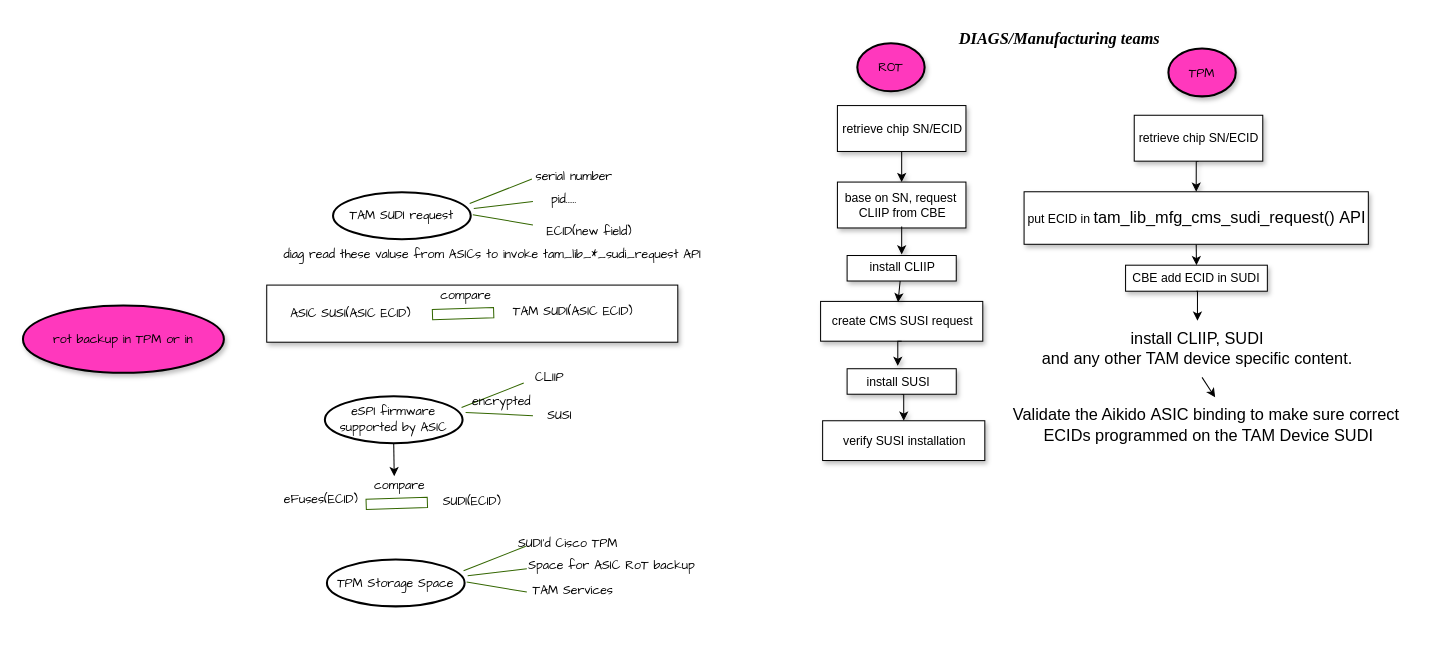
kongzhongfeima/draw_io keeps this draw.io diagram as TPM.drawio. Above is the earlier version. Source tidied: cells renumbered, new cells numbered last; positions are measured from the earlier drawing's top-left corner, leaving out a move shared by most shapes. Both pictures are drawn from the tidied source at 102%, with x=0, y=0 at pixel (22, 21).
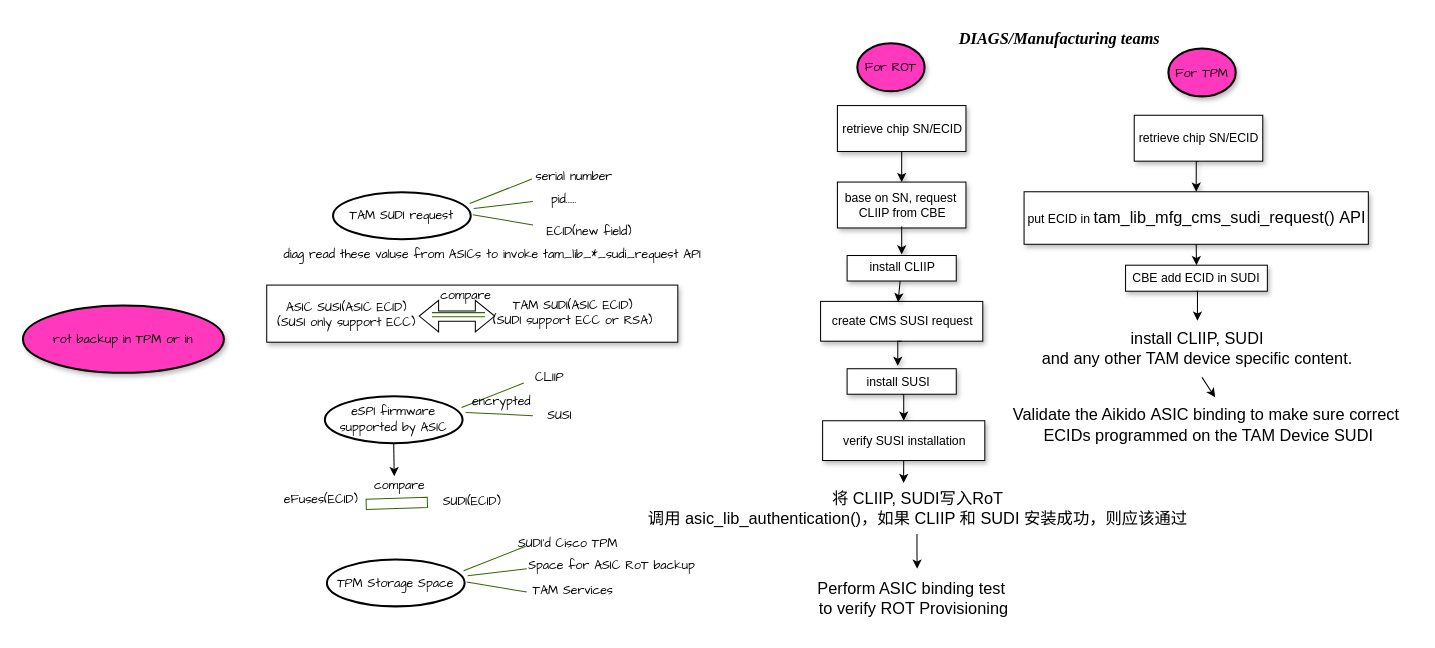
Above is the later version.

Unchanged cells that the change refers to:
```xml
<mxCell id="49" style="rounded=0;whiteSpace=wrap;html=1;shadow=1;" parent="1" vertex="1">
  <mxGeometry x="784" y="391" width="159" height="39" as="geometry" />
</mxCell>
```

The edit, as a diff of the source:
```diff
@@
-    <mxCell id="11" style="startArrow=none;endArrow=none;segment=10;strokeColor=#336600;rounded=0;fontSize=12;shape=flexArrow;" parent="1" edge="1">
+    <mxCell id="11" style="startArrow=none;endArrow=none;segment=10;strokeColor=#336600;rounded=0;fontSize=12;shape=link;" parent="1" edge="1">
       <mxGeometry relative="1" as="geometry">
-        <mxPoint x="462" y="285" as="sourcePoint" />
+        <mxPoint x="453" y="287" as="sourcePoint" />
         <mxPoint x="401" y="287" as="targetPoint" />
       </mxGeometry>
     </mxCell>
-    <mxCell id="12" value="TAM SUDI(ASIC ECID)" style="text;html=1;align=center;verticalAlign=middle;labelBackgroundColor=none;fontFamily=Comic Sans MS;rotation=0;" parent="11" vertex="1">
+    <mxCell id="12" value="TAM SUDI(ASIC ECID)&lt;div&gt;(SUDI support ECC or RSA)&lt;/div&gt;" style="text;html=1;align=center;verticalAlign=middle;labelBackgroundColor=none;fontFamily=Comic Sans MS;rotation=0;" parent="11" vertex="1">
       <mxGeometry x="0.26" relative="1" as="geometry">
-        <mxPoint x="114" y="-2" as="offset" />
+        <mxPoint x="118" y="-2" as="offset" />
       </mxGeometry>
     </mxCell>
-    <mxCell id="13" value="ASIC SUSI(ASIC ECID)" style="text;html=1;align=center;verticalAlign=middle;labelBackgroundColor=none;fontFamily=Comic Sans MS;rotation=0;" parent="11" vertex="1">
+    <mxCell id="13" value="ASIC SUSI(ASIC ECID)&lt;div&gt;(SUSI only support ECC)&lt;/div&gt;" style="text;html=1;align=center;verticalAlign=middle;labelBackgroundColor=none;fontFamily=Comic Sans MS;rotation=0;" parent="11" vertex="1">
       <mxGeometry x="0.26" relative="1" as="geometry">
         <mxPoint x="-104" as="offset" />
       </mxGeometry>
     </mxCell>
@@
-    <mxCell id="61" value="&lt;font face=&quot;Comic Sans MS&quot;&gt;ROT&lt;/font&gt;" style="ellipse;whiteSpace=wrap;html=1;align=center;strokeWidth=2;shadow=1;fillColor=#FF38BD;" parent="1" vertex="1">
+    <mxCell id="61" value="&lt;font face=&quot;Comic Sans MS&quot;&gt;For ROT&lt;/font&gt;" style="ellipse;whiteSpace=wrap;html=1;align=center;strokeWidth=2;shadow=1;fillColor=#FF38BD;" parent="1" vertex="1">
       <mxGeometry x="818" y="21" width="66" height="47" as="geometry" />
     </mxCell>
-    <mxCell id="62" value="&lt;font face=&quot;Comic Sans MS&quot;&gt;TPM&lt;/font&gt;" style="ellipse;whiteSpace=wrap;html=1;align=center;strokeWidth=2;shadow=1;fillColor=#FF38BD;" parent="1" vertex="1">
+    <mxCell id="62" value="&lt;font face=&quot;Comic Sans MS&quot;&gt;For TPM&lt;/font&gt;" style="ellipse;whiteSpace=wrap;html=1;align=center;strokeWidth=2;shadow=1;fillColor=#FF38BD;" parent="1" vertex="1">
       <mxGeometry x="1123" y="26" width="66" height="47" as="geometry" />
     </mxCell>
+    <mxCell id="63" style="edgeStyle=orthogonalEdgeStyle;rounded=0;jettySize=auto;html=1;entryX=0.52;entryY=-0.08;entryDx=0;entryDy=0;entryPerimeter=0;" parent="1" edge="1" source="64" target="66">
+      <mxGeometry relative="1" as="geometry" />
+    </mxCell>
+    <mxCell id="64" value="&lt;div&gt;&lt;span style=&quot;font-size: 16px;&quot;&gt;将 CLIIP, SUDI写入RoT&lt;/span&gt;&lt;br&gt;&lt;/div&gt;&lt;div&gt;&lt;span style=&quot;font-size: 16px;&quot;&gt;调用 asic_lib_authentication()，如果 CLIIP 和 SUDI 安装成功，则应该通过&lt;/span&gt;&lt;br&gt;&lt;/div&gt;" style="text;html=1;align=center;verticalAlign=middle;points=[];strokeColor=none;fillColor=none;shadow=1;" parent="1" vertex="1">
+      <mxGeometry x="603" y="452" width="547" height="50" as="geometry" />
+    </mxCell>
+    <mxCell id="65" style="edgeStyle=orthogonalEdgeStyle;rounded=0;jettySize=auto;html=1;exitX=0.5;exitY=1;exitDx=0;exitDy=0;entryX=0.476;entryY=0.001;entryDx=0;entryDy=0;entryPerimeter=0;" parent="1" edge="1" source="49" target="64">
+      <mxGeometry relative="1" as="geometry" />
+    </mxCell>
+    <mxCell id="66" value="&lt;div&gt;&lt;span style=&quot;font-size:12.0pt;font-family:&lt;br/&gt;&amp;quot;Times New Roman&amp;quot;,serif;mso-fareast-font-family:&amp;quot;Times New Roman&amp;quot;;mso-ansi-language:&lt;br/&gt;EN-US;mso-fareast-language:EN-US;mso-bidi-language:AR-SA&quot; lang=&quot;EN-US&quot;&gt;Perform ASIC binding&amp;nbsp;test&amp;nbsp;&lt;/span&gt;&lt;/div&gt;&lt;div&gt;&lt;span style=&quot;font-size:12.0pt;font-family:&lt;br/&gt;&amp;quot;Times New Roman&amp;quot;,serif;mso-fareast-font-family:&amp;quot;Times New Roman&amp;quot;;mso-ansi-language:&lt;br/&gt;EN-US;mso-fareast-language:EN-US;mso-bidi-language:AR-SA&quot; lang=&quot;EN-US&quot;&gt;to verify ROT Provisioning&lt;/span&gt;&lt;br&gt;&lt;/div&gt;" style="text;html=1;align=center;verticalAlign=middle;points=[];strokeColor=none;fillColor=none;shadow=1;" parent="1" vertex="1">
+      <mxGeometry x="769" y="540" width="207" height="50" as="geometry" />
+    </mxCell>
+    <mxCell id="67" style="shape=flexArrow;endArrow=classic;startArrow=classic;html=1;rounded=0;" parent="1" edge="1">
+      <mxGeometry relative="1" as="geometry">
+        <mxPoint x="388" y="288.4" as="sourcePoint" />
+        <mxPoint x="463" y="288.4" as="targetPoint" />
+      </mxGeometry>
+    </mxCell>
```
